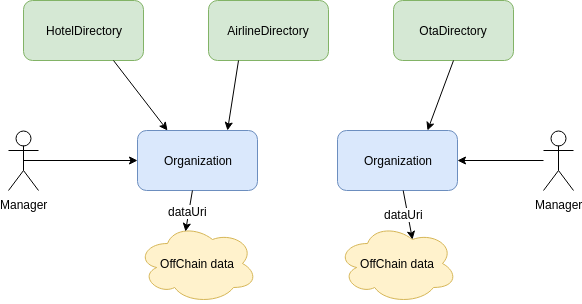
Earlier version of the draw.io export assets/contracts-schema.png (windingtree/org.id). Source tidied: cells renumbered, new cells last; positions are measured from the earlier drawing's top-left corner, leaving out a move shared by most shapes. Its diagram source:
```xml
<mxGraphModel>
  <root>
    <mxCell id="0" />
    <mxCell id="1" parent="0" />
    <mxCell id="2" value="Organization" style="rounded=1;whiteSpace=wrap;html=1;fillColor=#dae8fc;strokeColor=#6c8ebf;" parent="1" vertex="1">
      <mxGeometry x="129" y="130" width="120" height="60" as="geometry" />
    </mxCell>
    <mxCell id="3" value="OffChain data" style="ellipse;shape=cloud;whiteSpace=wrap;html=1;fillColor=#fff2cc;strokeColor=#d6b656;" parent="1" vertex="1">
      <mxGeometry x="129" y="223" width="120" height="80" as="geometry" />
    </mxCell>
    <mxCell id="4" style="endArrow=classic;html=1;entryX=0.4;entryY=0.1;entryDx=0;entryDy=0;entryPerimeter=0;" parent="1" edge="1" source="2" target="3">
      <mxGeometry relative="1" as="geometry" />
    </mxCell>
    <mxCell id="5" value="dataUri&lt;br&gt;" style="text;html=1;align=center;verticalAlign=middle;labelBackgroundColor=#ffffff;" parent="4" vertex="1">
      <mxGeometry x="-0.38" y="-2" relative="1" as="geometry">
        <mxPoint x="-0.5" y="8.5" as="offset" />
      </mxGeometry>
    </mxCell>
    <mxCell id="6" value="HotelDirectory" style="rounded=1;whiteSpace=wrap;html=1;fillColor=#d5e8d4;strokeColor=#82b366;" parent="1" vertex="1">
      <mxGeometry x="15" width="120" height="60" as="geometry" />
    </mxCell>
    <mxCell id="7" value="AirlineDirectory" style="rounded=1;whiteSpace=wrap;html=1;fillColor=#d5e8d4;strokeColor=#82b366;" parent="1" vertex="1">
      <mxGeometry x="200" width="120" height="60" as="geometry" />
    </mxCell>
    <mxCell id="8" value="OtaDirectory" style="rounded=1;whiteSpace=wrap;html=1;fillColor=#d5e8d4;strokeColor=#82b366;" parent="1" vertex="1">
      <mxGeometry x="385" width="120" height="60" as="geometry" />
    </mxCell>
    <mxCell id="9" value="Organization" style="rounded=1;whiteSpace=wrap;html=1;fillColor=#dae8fc;strokeColor=#6c8ebf;" parent="1" vertex="1">
      <mxGeometry x="329" y="130" width="120" height="60" as="geometry" />
    </mxCell>
    <mxCell id="10" value="OffChain data" style="ellipse;shape=cloud;whiteSpace=wrap;html=1;fillColor=#fff2cc;strokeColor=#d6b656;" parent="1" vertex="1">
      <mxGeometry x="329" y="223" width="120" height="80" as="geometry" />
    </mxCell>
    <mxCell id="11" style="endArrow=classic;html=1;entryX=0.625;entryY=0.2;entryDx=0;entryDy=0;entryPerimeter=0;" parent="1" edge="1" source="9" target="10">
      <mxGeometry relative="1" as="geometry" />
    </mxCell>
    <mxCell id="12" value="dataUri&lt;br&gt;" style="text;html=1;align=center;verticalAlign=middle;labelBackgroundColor=#ffffff;" parent="11" vertex="1">
      <mxGeometry x="-0.38" y="-2" relative="1" as="geometry">
        <mxPoint x="-0.5" y="8.5" as="offset" />
      </mxGeometry>
    </mxCell>
    <mxCell id="13" style="endArrow=classic;html=1;entryX=0.25;entryY=0;entryDx=0;entryDy=0;exitX=0.75;exitY=1;exitDx=0;exitDy=0;" parent="1" edge="1" source="6" target="2">
      <mxGeometry relative="1" as="geometry" />
    </mxCell>
    <mxCell id="14" style="endArrow=classic;html=1;exitX=0.25;exitY=1;exitDx=0;exitDy=0;entryX=0.75;entryY=0;entryDx=0;entryDy=0;" parent="1" edge="1" source="7" target="2">
      <mxGeometry relative="1" as="geometry" />
    </mxCell>
    <mxCell id="15" style="endArrow=classic;html=1;entryX=0.75;entryY=0;entryDx=0;entryDy=0;exitX=0.5;exitY=1;exitDx=0;exitDy=0;" parent="1" edge="1" source="8" target="9">
      <mxGeometry relative="1" as="geometry" />
    </mxCell>
    <mxCell id="16" style="edgeStyle=orthogonalEdgeStyle;rounded=0;jettySize=auto;html=1;exitX=0.5;exitY=0.5;exitDx=0;exitDy=0;exitPerimeter=0;entryX=0;entryY=0.5;entryDx=0;entryDy=0;" parent="1" edge="1" source="17" target="2">
      <mxGeometry relative="1" as="geometry" />
    </mxCell>
    <mxCell id="17" value="Manager&lt;br&gt;" style="shape=umlActor;verticalLabelPosition=bottom;labelBackgroundColor=#ffffff;verticalAlign=top;html=1;outlineConnect=0;" parent="1" vertex="1">
      <mxGeometry y="130" width="30" height="60" as="geometry" />
    </mxCell>
    <mxCell id="18" style="edgeStyle=orthogonalEdgeStyle;rounded=0;jettySize=auto;html=1;entryX=1;entryY=0.5;entryDx=0;entryDy=0;" parent="1" edge="1" source="19" target="9">
      <mxGeometry relative="1" as="geometry" />
    </mxCell>
    <mxCell id="19" value="Manager&lt;br&gt;" style="shape=umlActor;verticalLabelPosition=bottom;labelBackgroundColor=#ffffff;verticalAlign=top;html=1;outlineConnect=0;" parent="1" vertex="1">
      <mxGeometry x="535" y="130" width="30" height="60" as="geometry" />
    </mxCell>
  </root>
</mxGraphModel>
```
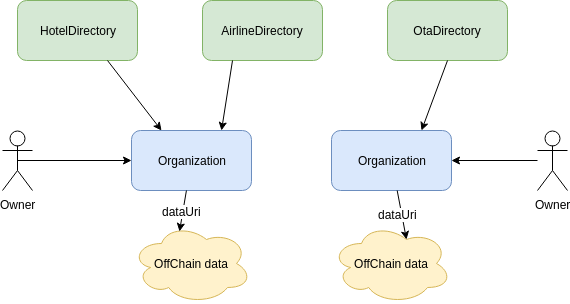
Later version of the same file.

What changed in the source:
```diff
@@ -51,13 +51,13 @@
     <mxCell id="16" style="edgeStyle=orthogonalEdgeStyle;rounded=0;jettySize=auto;html=1;exitX=0.5;exitY=0.5;exitDx=0;exitDy=0;exitPerimeter=0;entryX=0;entryY=0.5;entryDx=0;entryDy=0;" parent="1" edge="1" source="17" target="2">
       <mxGeometry relative="1" as="geometry" />
     </mxCell>
-    <mxCell id="17" value="Manager&lt;br&gt;" style="shape=umlActor;verticalLabelPosition=bottom;labelBackgroundColor=#ffffff;verticalAlign=top;html=1;outlineConnect=0;" parent="1" vertex="1">
+    <mxCell id="17" value="Owner&lt;br&gt;" style="shape=umlActor;verticalLabelPosition=bottom;labelBackgroundColor=#ffffff;verticalAlign=top;html=1;outlineConnect=0;" parent="1" vertex="1">
       <mxGeometry y="130" width="30" height="60" as="geometry" />
     </mxCell>
     <mxCell id="18" style="edgeStyle=orthogonalEdgeStyle;rounded=0;jettySize=auto;html=1;entryX=1;entryY=0.5;entryDx=0;entryDy=0;" parent="1" edge="1" source="19" target="9">
       <mxGeometry relative="1" as="geometry" />
     </mxCell>
-    <mxCell id="19" value="Manager&lt;br&gt;" style="shape=umlActor;verticalLabelPosition=bottom;labelBackgroundColor=#ffffff;verticalAlign=top;html=1;outlineConnect=0;" parent="1" vertex="1">
+    <mxCell id="19" value="Owner&lt;br&gt;" style="shape=umlActor;verticalLabelPosition=bottom;labelBackgroundColor=#ffffff;verticalAlign=top;html=1;outlineConnect=0;" parent="1" vertex="1">
       <mxGeometry x="535" y="130" width="30" height="60" as="geometry" />
     </mxCell>
   </root>
```
